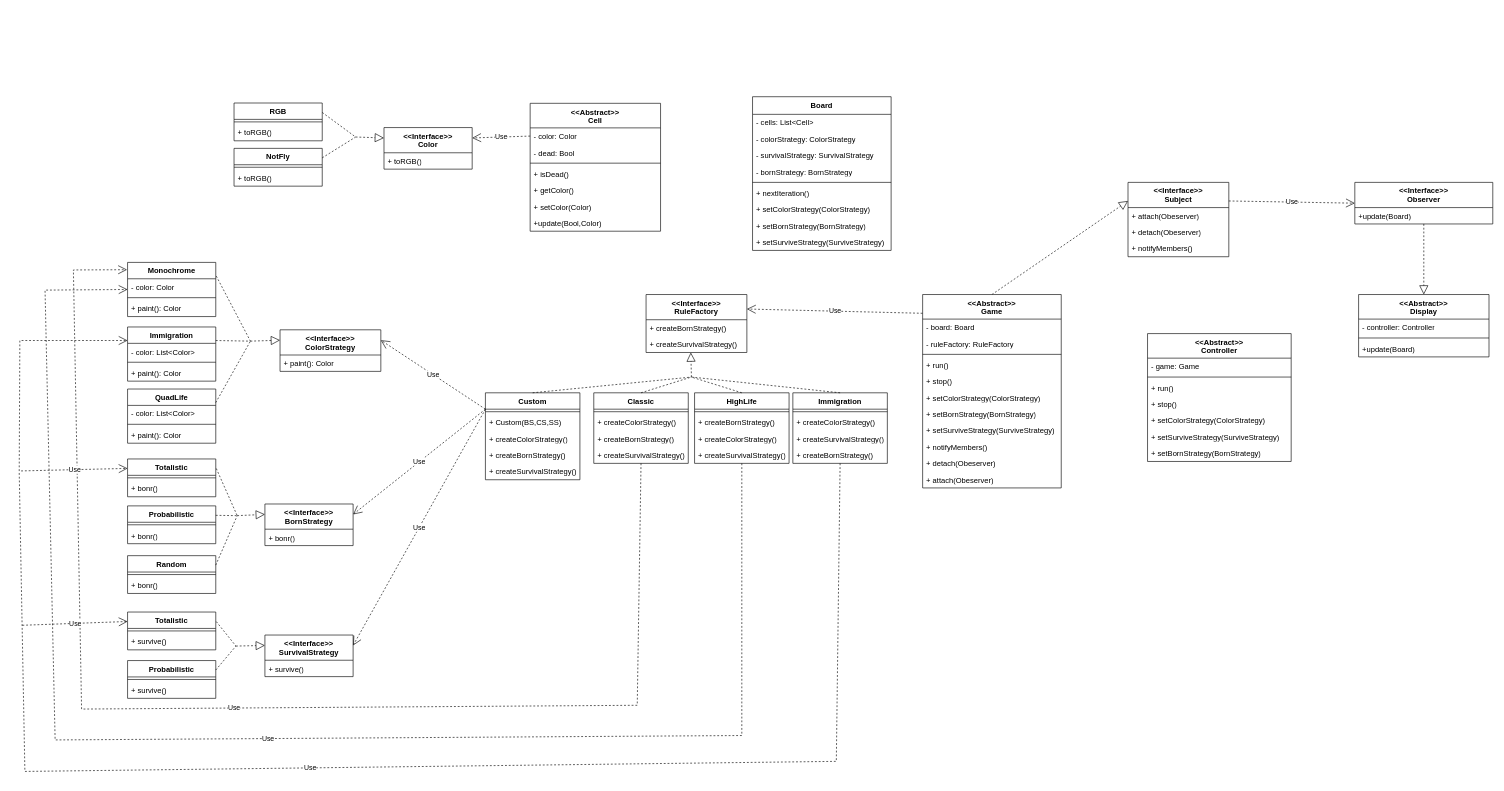
Before: IngenieriaSoftware/GameOfLife/GOL_Design.drawio in AlvaroDebernardi/University, a draw.io diagram. Source tidied: cells renumbered, new cells numbered last; positions are measured from the earlier drawing's top-left corner, leaving out a move shared by most shapes. Both pictures are drawn from the tidied source at 63%, with x=0, y=0 at pixel (19, 96).
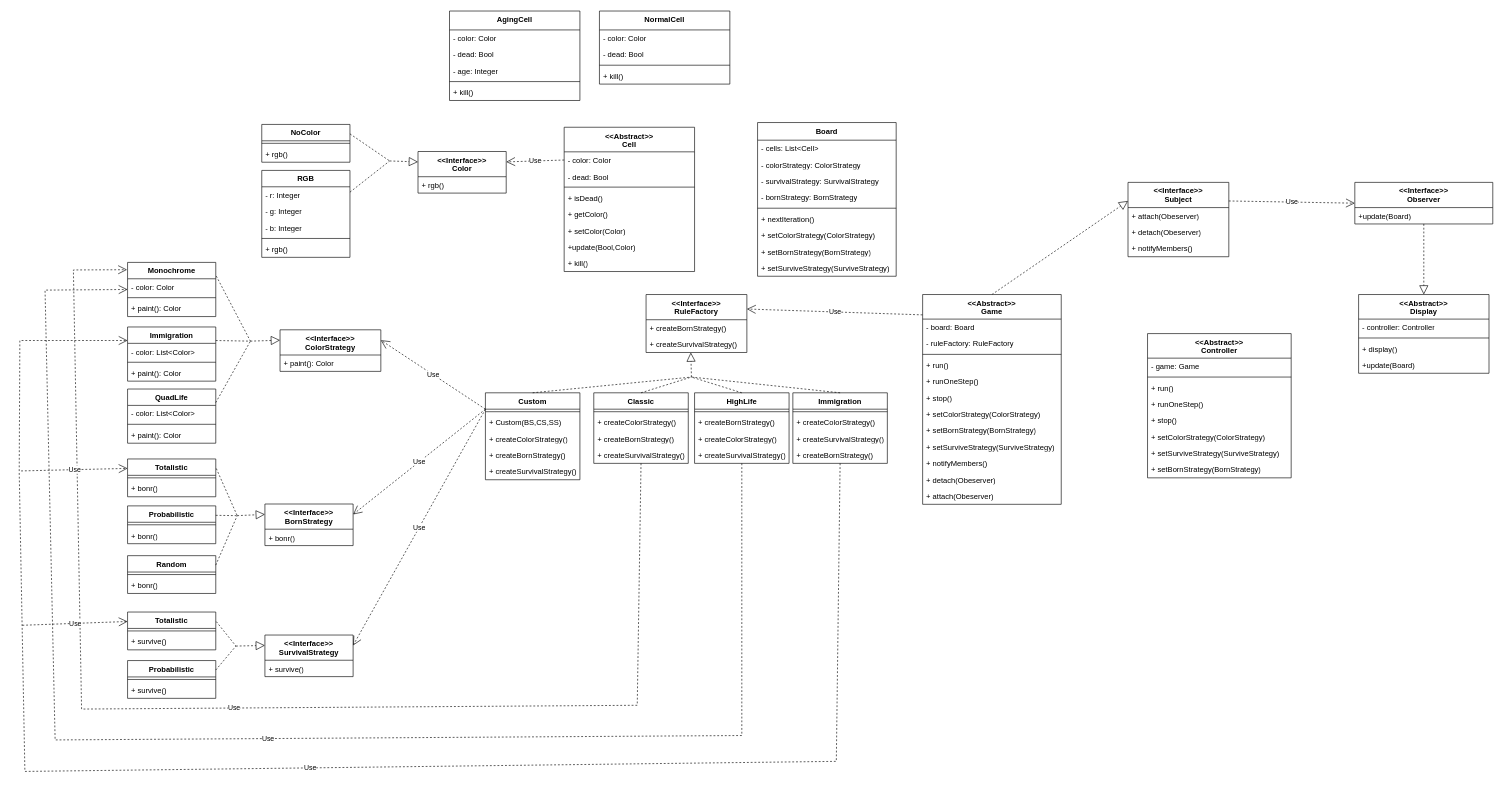
Above is the later version.

Commit message:
Design Refactor: color and kill cell

Change to the diagram source:
```diff
@@
     <mxCell id="2" value="&lt;div&gt;&lt;div&gt;&amp;lt;&amp;lt;Abstract&amp;gt;&amp;gt;&lt;/div&gt;&lt;/div&gt;Cell&lt;div&gt;&lt;br&gt;&lt;/div&gt;" style="swimlane;fontStyle=1;align=center;verticalAlign=top;horizontal=1;startSize=39;whiteSpace=wrap;html=1;" parent="1" vertex="1">
-      <mxGeometry x="811" y="10.5" width="207" height="203" as="geometry" />
+      <mxGeometry x="865" y="48.5" width="207" height="229" as="geometry" />
     </mxCell>
@@
+    <mxCell id="153" value="+ kill()" style="text;strokeColor=none;fillColor=none;align=left;verticalAlign=top;spacingLeft=4;spacingRight=4;overflow=hidden;whiteSpace=wrap;html=1;" parent="2" vertex="1">
+      <mxGeometry y="203" width="207" height="26" as="geometry" />
+    </mxCell>
     <mxCell id="10" value="&lt;div&gt;&lt;div&gt;&lt;span style=&quot;background-color: transparent; color: light-dark(rgb(0, 0, 0), rgb(255, 255, 255));&quot;&gt;Board&lt;/span&gt;&lt;/div&gt;&lt;/div&gt;" style="swimlane;fontStyle=1;align=center;verticalAlign=top;horizontal=1;startSize=28;whiteSpace=wrap;html=1;" parent="1" vertex="1">
-      <mxGeometry x="1164" width="220" height="244" as="geometry" />
+      <mxGeometry x="1172" y="41" width="220" height="244" as="geometry" />
     </mxCell>
@@
     <mxCell id="34" value="&lt;div&gt;&amp;lt;&amp;lt;Interface&amp;gt;&amp;gt;&lt;/div&gt;Color" style="swimlane;fontStyle=1;align=center;verticalAlign=top;horizontal=1;startSize=40;whiteSpace=wrap;html=1;" parent="1" vertex="1">
-      <mxGeometry x="579" y="49" width="140" height="66" as="geometry" />
+      <mxGeometry x="633" y="87" width="140" height="66" as="geometry" />
     </mxCell>
-    <mxCell id="35" value="+ toRGB()" style="text;strokeColor=none;fillColor=none;align=left;verticalAlign=top;spacingLeft=4;spacingRight=4;overflow=hidden;whiteSpace=wrap;html=1;" parent="34" vertex="1">
+    <mxCell id="35" value="+ rgb()" style="text;strokeColor=none;fillColor=none;align=left;verticalAlign=top;spacingLeft=4;spacingRight=4;overflow=hidden;whiteSpace=wrap;html=1;" parent="34" vertex="1">
       <mxGeometry y="40" width="140" height="26" as="geometry" />
     </mxCell>
@@
     <mxCell id="50" value="RGB" style="swimlane;fontStyle=1;align=center;verticalAlign=top;horizontal=1;startSize=26;whiteSpace=wrap;html=1;" parent="1" vertex="1">
-      <mxGeometry x="341" y="10" width="140" height="60" as="geometry" />
+      <mxGeometry x="385" y="117" width="140" height="138" as="geometry" />
     </mxCell>
+    <mxCell id="154" value="- r: Integer" style="text;strokeColor=none;fillColor=none;align=left;verticalAlign=top;spacingLeft=4;spacingRight=4;overflow=hidden;whiteSpace=wrap;html=1;" parent="50" vertex="1">
+      <mxGeometry y="26" width="140" height="26" as="geometry" />
+    </mxCell>
+    <mxCell id="155" value="- g: Integer" style="text;strokeColor=none;fillColor=none;align=left;verticalAlign=top;spacingLeft=4;spacingRight=4;overflow=hidden;whiteSpace=wrap;html=1;" parent="50" vertex="1">
+      <mxGeometry y="52" width="140" height="26" as="geometry" />
+    </mxCell>
+    <mxCell id="156" value="- b: Integer" style="text;strokeColor=none;fillColor=none;align=left;verticalAlign=top;spacingLeft=4;spacingRight=4;overflow=hidden;whiteSpace=wrap;html=1;" parent="50" vertex="1">
+      <mxGeometry y="78" width="140" height="26" as="geometry" />
+    </mxCell>
     <mxCell id="51" style="line;strokeWidth=1;fillColor=none;align=left;verticalAlign=middle;spacingTop=-1;spacingLeft=3;spacingRight=3;labelPosition=right;strokeColor=inherit;" parent="50" vertex="1">
-      <mxGeometry y="26" width="140" height="8" as="geometry" />
+      <mxGeometry y="104" width="140" height="8" as="geometry" />
     </mxCell>
-    <mxCell id="52" value="+ toRGB()" style="text;strokeColor=none;fillColor=none;align=left;verticalAlign=top;spacingLeft=4;spacingRight=4;overflow=hidden;whiteSpace=wrap;html=1;" parent="50" vertex="1">
-      <mxGeometry y="34" width="140" height="26" as="geometry" />
-    </mxCell>
+    <mxCell id="157" value="+ rgb()" style="text;strokeColor=none;fillColor=none;align=left;verticalAlign=top;spacingLeft=4;spacingRight=4;overflow=hidden;whiteSpace=wrap;html=1;" parent="50" vertex="1">
+      <mxGeometry y="112" width="140" height="26" as="geometry" />
+    </mxCell>
-    <mxCell id="53" value="NotFly" style="swimlane;fontStyle=1;align=center;verticalAlign=top;horizontal=1;startSize=26;whiteSpace=wrap;html=1;" parent="1" vertex="1">
-      <mxGeometry x="341" y="82" width="140" height="60" as="geometry" />
+    <mxCell id="53" value="NoColor" style="swimlane;fontStyle=1;align=center;verticalAlign=top;horizontal=1;startSize=26;whiteSpace=wrap;html=1;" parent="1" vertex="1">
+      <mxGeometry x="385" y="44" width="140" height="60" as="geometry" />
     </mxCell>
@@
-    <mxCell id="55" value="+ toRGB()" style="text;strokeColor=none;fillColor=none;align=left;verticalAlign=top;spacingLeft=4;spacingRight=4;overflow=hidden;whiteSpace=wrap;html=1;" parent="53" vertex="1">
-      <mxGeometry y="34" width="140" height="26" as="geometry" />
-    </mxCell>
+    <mxCell id="158" value="+ rgb()" style="text;strokeColor=none;fillColor=none;align=left;verticalAlign=top;spacingLeft=4;spacingRight=4;overflow=hidden;whiteSpace=wrap;html=1;" parent="53" vertex="1">
+      <mxGeometry y="34" width="140" height="26" as="geometry" />
+    </mxCell>
     <mxCell id="56" style="group;" parent="1" vertex="1">
-      <mxGeometry x="534" y="64" as="geometry" />
+      <mxGeometry x="588" y="102" as="geometry" />
     </mxCell>
@@
     <mxCell id="61" value="&lt;div&gt;&lt;div&gt;&amp;lt;&amp;lt;Abstract&amp;gt;&amp;gt;&lt;/div&gt;&lt;/div&gt;&lt;div&gt;Game&lt;/div&gt;" style="swimlane;fontStyle=1;align=center;verticalAlign=top;horizontal=1;startSize=39;whiteSpace=wrap;html=1;" parent="1" vertex="1">
-      <mxGeometry x="1434" y="314" width="220" height="307" as="geometry" />
+      <mxGeometry x="1434" y="314" width="220" height="333" as="geometry" />
     </mxCell>
@@
+    <mxCell id="159" value="+ runOneStep()" style="text;strokeColor=none;fillColor=none;align=left;verticalAlign=top;spacingLeft=4;spacingRight=4;overflow=hidden;whiteSpace=wrap;html=1;" parent="61" vertex="1">
+      <mxGeometry y="125" width="220" height="26" as="geometry" />
+    </mxCell>
     <mxCell id="66" value="+ stop()" style="text;strokeColor=none;fillColor=none;align=left;verticalAlign=top;spacingLeft=4;spacingRight=4;overflow=hidden;whiteSpace=wrap;html=1;" parent="61" vertex="1">
-      <mxGeometry y="125" width="220" height="26" as="geometry" />
+      <mxGeometry y="151" width="220" height="26" as="geometry" />
     </mxCell>
     <mxCell id="67" value="+ setColorStrategy(ColorStrategy)" style="text;strokeColor=none;fillColor=none;align=left;verticalAlign=top;spacingLeft=4;spacingRight=4;overflow=hidden;whiteSpace=wrap;html=1;" parent="61" vertex="1">
-      <mxGeometry y="151" width="220" height="26" as="geometry" />
+      <mxGeometry y="177" width="220" height="26" as="geometry" />
     </mxCell>
     <mxCell id="68" value="+ setBornStrategy(BornStrategy)" style="text;strokeColor=none;fillColor=none;align=left;verticalAlign=top;spacingLeft=4;spacingRight=4;overflow=hidden;whiteSpace=wrap;html=1;" parent="61" vertex="1">
-      <mxGeometry y="177" width="220" height="26" as="geometry" />
+      <mxGeometry y="203" width="220" height="26" as="geometry" />
     </mxCell>
     <mxCell id="69" value="+ setSurviveStrategy(SurviveStrategy)" style="text;strokeColor=none;fillColor=none;align=left;verticalAlign=top;spacingLeft=4;spacingRight=4;overflow=hidden;whiteSpace=wrap;html=1;" parent="61" vertex="1">
-      <mxGeometry y="203" width="220" height="26" as="geometry" />
+      <mxGeometry y="229" width="220" height="26" as="geometry" />
     </mxCell>
     <mxCell id="70" value="+ notifyMembers()" style="text;strokeColor=none;fillColor=none;align=left;verticalAlign=top;spacingLeft=4;spacingRight=4;overflow=hidden;whiteSpace=wrap;html=1;" parent="61" vertex="1">
-      <mxGeometry y="229" width="220" height="26" as="geometry" />
+      <mxGeometry y="255" width="220" height="26" as="geometry" />
     </mxCell>
     <mxCell id="71" value="+ detach(Obeserver)" style="text;strokeColor=none;fillColor=none;align=left;verticalAlign=top;spacingLeft=4;spacingRight=4;overflow=hidden;whiteSpace=wrap;html=1;" parent="61" vertex="1">
-      <mxGeometry y="255" width="220" height="26" as="geometry" />
+      <mxGeometry y="281" width="220" height="26" as="geometry" />
     </mxCell>
     <mxCell id="72" value="+ attach(Obeserver)" style="text;strokeColor=none;fillColor=none;align=left;verticalAlign=top;spacingLeft=4;spacingRight=4;overflow=hidden;whiteSpace=wrap;html=1;" parent="61" vertex="1">
-      <mxGeometry y="281" width="220" height="26" as="geometry" />
+      <mxGeometry y="307" width="220" height="26" as="geometry" />
     </mxCell>
@@
     <mxCell id="141" value="&lt;div&gt;&lt;div&gt;&amp;lt;&amp;lt;Abstract&amp;gt;&amp;gt;&lt;/div&gt;&lt;/div&gt;Controller&lt;div&gt;&lt;br&gt;&lt;/div&gt;" style="swimlane;fontStyle=1;align=center;verticalAlign=top;horizontal=1;startSize=39;whiteSpace=wrap;html=1;" parent="1" vertex="1">
-      <mxGeometry x="1791" y="376" width="228" height="203" as="geometry" />
+      <mxGeometry x="1791" y="376" width="228" height="229" as="geometry" />
     </mxCell>
@@
+    <mxCell id="160" value="+ runOneStep()" style="text;strokeColor=none;fillColor=none;align=left;verticalAlign=top;spacingLeft=4;spacingRight=4;overflow=hidden;whiteSpace=wrap;html=1;" parent="141" vertex="1">
+      <mxGeometry y="99" width="228" height="26" as="geometry" />
+    </mxCell>
     <mxCell id="145" value="+ stop()" style="text;strokeColor=none;fillColor=none;align=left;verticalAlign=top;spacingLeft=4;spacingRight=4;overflow=hidden;whiteSpace=wrap;html=1;" parent="141" vertex="1">
-      <mxGeometry y="99" width="228" height="26" as="geometry" />
+      <mxGeometry y="125" width="228" height="26" as="geometry" />
     </mxCell>
     <mxCell id="146" value="+ setColorStrategy(ColorStrategy)" style="text;strokeColor=none;fillColor=none;align=left;verticalAlign=top;spacingLeft=4;spacingRight=4;overflow=hidden;whiteSpace=wrap;html=1;" parent="141" vertex="1">
-      <mxGeometry y="125" width="228" height="26" as="geometry" />
+      <mxGeometry y="151" width="228" height="26" as="geometry" />
     </mxCell>
     <mxCell id="147" value="+ setSurviveStrategy(SurviveStrategy)" style="text;strokeColor=none;fillColor=none;align=left;verticalAlign=top;spacingLeft=4;spacingRight=4;overflow=hidden;whiteSpace=wrap;html=1;" parent="141" vertex="1">
-      <mxGeometry y="151" width="228" height="26" as="geometry" />
+      <mxGeometry y="177" width="228" height="26" as="geometry" />
     </mxCell>
     <mxCell id="148" value="+ setBornStrategy(BornStrategy)" style="text;strokeColor=none;fillColor=none;align=left;verticalAlign=top;spacingLeft=4;spacingRight=4;overflow=hidden;whiteSpace=wrap;html=1;" parent="141" vertex="1">
-      <mxGeometry y="177" width="228" height="26" as="geometry" />
+      <mxGeometry y="203" width="228" height="26" as="geometry" />
     </mxCell>
     <mxCell id="149" value="&lt;div&gt;&lt;div&gt;&amp;lt;&amp;lt;Abstract&amp;gt;&amp;gt;&lt;/div&gt;&lt;/div&gt;&lt;div&gt;Display&lt;/div&gt;" style="swimlane;fontStyle=1;align=center;verticalAlign=top;horizontal=1;startSize=39;whiteSpace=wrap;html=1;" parent="1" vertex="1">
-      <mxGeometry x="2126" y="314" width="207" height="99" as="geometry" />
+      <mxGeometry x="2126" y="314" width="207" height="125" as="geometry" />
     </mxCell>
@@
-    <mxCell id="152" value="+update(Board)" style="text;strokeColor=none;fillColor=none;align=left;verticalAlign=top;spacingLeft=4;spacingRight=4;overflow=hidden;whiteSpace=wrap;html=1;" parent="149" vertex="1">
+    <mxCell id="152" value="+ display()" style="text;strokeColor=none;fillColor=none;align=left;verticalAlign=top;spacingLeft=4;spacingRight=4;overflow=hidden;whiteSpace=wrap;html=1;" parent="149" vertex="1">
       <mxGeometry y="73" width="207" height="26" as="geometry" />
     </mxCell>
+    <mxCell id="161" value="+update(Board)" style="text;strokeColor=none;fillColor=none;align=left;verticalAlign=top;spacingLeft=4;spacingRight=4;overflow=hidden;whiteSpace=wrap;html=1;" parent="149" vertex="1">
+      <mxGeometry y="99" width="207" height="26" as="geometry" />
+    </mxCell>
+    <mxCell id="162" value="&lt;div&gt;&lt;div&gt;NormalCell&lt;/div&gt;&lt;/div&gt;" style="swimlane;fontStyle=1;align=center;verticalAlign=top;horizontal=1;startSize=30;whiteSpace=wrap;html=1;" parent="1" vertex="1">
+      <mxGeometry x="921" y="-136" width="207" height="116" as="geometry" />
+    </mxCell>
+    <mxCell id="163" value="- color: Color" style="text;strokeColor=none;fillColor=none;align=left;verticalAlign=top;spacingLeft=4;spacingRight=4;overflow=hidden;whiteSpace=wrap;html=1;" parent="162" vertex="1">
+      <mxGeometry y="30" width="207" height="26" as="geometry" />
+    </mxCell>
+    <mxCell id="164" value="- dead: Bool" style="text;strokeColor=none;fillColor=none;align=left;verticalAlign=top;spacingLeft=4;spacingRight=4;overflow=hidden;whiteSpace=wrap;html=1;" parent="162" vertex="1">
+      <mxGeometry y="56" width="207" height="26" as="geometry" />
+    </mxCell>
+    <mxCell id="165" style="line;strokeWidth=1;fillColor=none;align=left;verticalAlign=middle;spacingTop=-1;spacingLeft=3;spacingRight=3;labelPosition=right;strokeColor=inherit;" parent="162" vertex="1">
+      <mxGeometry y="82" width="207" height="8" as="geometry" />
+    </mxCell>
+    <mxCell id="166" value="+ kill()" style="text;strokeColor=none;fillColor=none;align=left;verticalAlign=top;spacingLeft=4;spacingRight=4;overflow=hidden;whiteSpace=wrap;html=1;" parent="162" vertex="1">
+      <mxGeometry y="90" width="207" height="26" as="geometry" />
+    </mxCell>
+    <mxCell id="167" value="&lt;div&gt;&lt;div&gt;AgingCell&lt;/div&gt;&lt;/div&gt;" style="swimlane;fontStyle=1;align=center;verticalAlign=top;horizontal=1;startSize=30;whiteSpace=wrap;html=1;" parent="1" vertex="1">
+      <mxGeometry x="683" y="-136" width="207" height="142" as="geometry" />
+    </mxCell>
+    <mxCell id="168" value="- color: Color" style="text;strokeColor=none;fillColor=none;align=left;verticalAlign=top;spacingLeft=4;spacingRight=4;overflow=hidden;whiteSpace=wrap;html=1;" parent="167" vertex="1">
+      <mxGeometry y="30" width="207" height="26" as="geometry" />
+    </mxCell>
+    <mxCell id="169" value="- dead: Bool" style="text;strokeColor=none;fillColor=none;align=left;verticalAlign=top;spacingLeft=4;spacingRight=4;overflow=hidden;whiteSpace=wrap;html=1;" parent="167" vertex="1">
+      <mxGeometry y="56" width="207" height="26" as="geometry" />
+    </mxCell>
+    <mxCell id="170" value="- age: Integer" style="text;strokeColor=none;fillColor=none;align=left;verticalAlign=top;spacingLeft=4;spacingRight=4;overflow=hidden;whiteSpace=wrap;html=1;" parent="167" vertex="1">
+      <mxGeometry y="82" width="207" height="26" as="geometry" />
+    </mxCell>
+    <mxCell id="171" style="line;strokeWidth=1;fillColor=none;align=left;verticalAlign=middle;spacingTop=-1;spacingLeft=3;spacingRight=3;labelPosition=right;strokeColor=inherit;" parent="167" vertex="1">
+      <mxGeometry y="108" width="207" height="8" as="geometry" />
+    </mxCell>
+    <mxCell id="172" value="+ kill()" style="text;strokeColor=none;fillColor=none;align=left;verticalAlign=top;spacingLeft=4;spacingRight=4;overflow=hidden;whiteSpace=wrap;html=1;" parent="167" vertex="1">
+      <mxGeometry y="116" width="207" height="26" as="geometry" />
+    </mxCell>
```
